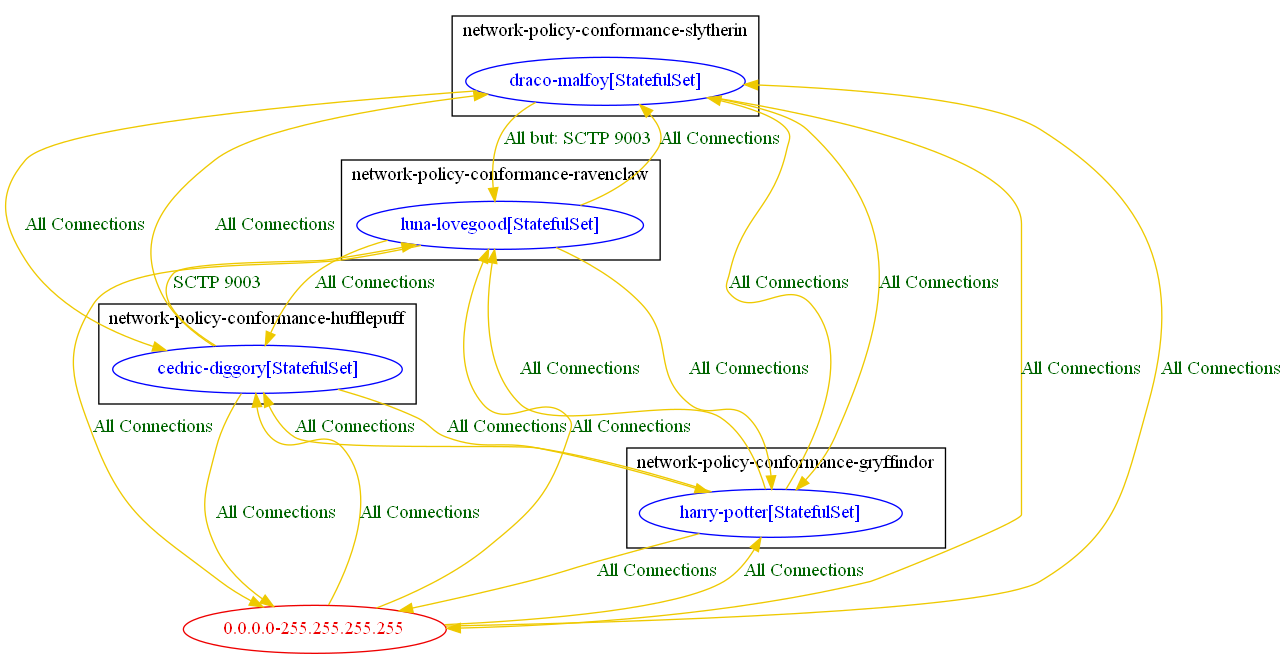
np-guard/netpol-analyzer keeps this Graphviz diagram as test_outputs/connlist/anp_test_8_connlist_output.dot.png. Above is the earlier version. Its source is kept beside it as test_outputs/connlist/anp_test_8_connlist_output.dot. The source it was exported from:
```dot
digraph {
	subgraph cluster_network_policy_conformance_gryffindor {
		"network-policy-conformance-gryffindor/harry-potter[StatefulSet]" [label="harry-potter[StatefulSet]" color="blue" fontcolor="blue"]
		label="network-policy-conformance-gryffindor"
	}
	subgraph cluster_network_policy_conformance_hufflepuff {
		"network-policy-conformance-hufflepuff/cedric-diggory[StatefulSet]" [label="cedric-diggory[StatefulSet]" color="blue" fontcolor="blue"]
		label="network-policy-conformance-hufflepuff"
	}
	subgraph cluster_network_policy_conformance_ravenclaw {
		"network-policy-conformance-ravenclaw/luna-lovegood[StatefulSet]" [label="luna-lovegood[StatefulSet]" color="blue" fontcolor="blue"]
		label="network-policy-conformance-ravenclaw"
	}
	subgraph cluster_network_policy_conformance_slytherin {
		"network-policy-conformance-slytherin/draco-malfoy[StatefulSet]" [label="draco-malfoy[StatefulSet]" color="blue" fontcolor="blue"]
		label="network-policy-conformance-slytherin"
	}
	"0.0.0.0-255.255.255.255" [label="0.0.0.0-255.255.255.255" color="red2" fontcolor="red2"]
	"0.0.0.0-255.255.255.255" -> "network-policy-conformance-gryffindor/harry-potter[StatefulSet]" [label="All Connections" color="gold2" fontcolor="darkgreen" weight=0.5]
	"0.0.0.0-255.255.255.255" -> "network-policy-conformance-hufflepuff/cedric-diggory[StatefulSet]" [label="All Connections" color="gold2" fontcolor="darkgreen" weight=0.5]
	"0.0.0.0-255.255.255.255" -> "network-policy-conformance-ravenclaw/luna-lovegood[StatefulSet]" [label="All Connections" color="gold2" fontcolor="darkgreen" weight=0.5]
	"0.0.0.0-255.255.255.255" -> "network-policy-conformance-slytherin/draco-malfoy[StatefulSet]" [label="All Connections" color="gold2" fontcolor="darkgreen" weight=0.5]
	"network-policy-conformance-gryffindor/harry-potter[StatefulSet]" -> "0.0.0.0-255.255.255.255" [label="All Connections" color="gold2" fontcolor="darkgreen" weight=1]
	"network-policy-conformance-gryffindor/harry-potter[StatefulSet]" -> "network-policy-conformance-hufflepuff/cedric-diggory[StatefulSet]" [label="All Connections" color="gold2" fontcolor="darkgreen" weight=0.5]
	"network-policy-conformance-gryffindor/harry-potter[StatefulSet]" -> "network-policy-conformance-ravenclaw/luna-lovegood[StatefulSet]" [label="All Connections" color="gold2" fontcolor="darkgreen" weight=0.5]
	"network-policy-conformance-gryffindor/harry-potter[StatefulSet]" -> "network-policy-conformance-slytherin/draco-malfoy[StatefulSet]" [label="All Connections" color="gold2" fontcolor="darkgreen" weight=0.5]
	"network-policy-conformance-hufflepuff/cedric-diggory[StatefulSet]" -> "0.0.0.0-255.255.255.255" [label="All Connections" color="gold2" fontcolor="darkgreen" weight=1]
	"network-policy-conformance-hufflepuff/cedric-diggory[StatefulSet]" -> "network-policy-conformance-gryffindor/harry-potter[StatefulSet]" [label="All Connections" color="gold2" fontcolor="darkgreen" weight=1]
	"network-policy-conformance-hufflepuff/cedric-diggory[StatefulSet]" -> "network-policy-conformance-ravenclaw/luna-lovegood[StatefulSet]" [label="SCTP 9003" color="gold2" fontcolor="darkgreen" weight=0.5]
	"network-policy-conformance-hufflepuff/cedric-diggory[StatefulSet]" -> "network-policy-conformance-slytherin/draco-malfoy[StatefulSet]" [label="All Connections" color="gold2" fontcolor="darkgreen" weight=0.5]
	"network-policy-conformance-ravenclaw/luna-lovegood[StatefulSet]" -> "0.0.0.0-255.255.255.255" [label="All Connections" color="gold2" fontcolor="darkgreen" weight=1]
	"network-policy-conformance-ravenclaw/luna-lovegood[StatefulSet]" -> "network-policy-conformance-gryffindor/harry-potter[StatefulSet]" [label="All Connections" color="gold2" fontcolor="darkgreen" weight=1]
	"network-policy-conformance-ravenclaw/luna-lovegood[StatefulSet]" -> "network-policy-conformance-hufflepuff/cedric-diggory[StatefulSet]" [label="All Connections" color="gold2" fontcolor="darkgreen" weight=1]
	"network-policy-conformance-ravenclaw/luna-lovegood[StatefulSet]" -> "network-policy-conformance-slytherin/draco-malfoy[StatefulSet]" [label="All Connections" color="gold2" fontcolor="darkgreen" weight=0.5]
	"network-policy-conformance-slytherin/draco-malfoy[StatefulSet]" -> "0.0.0.0-255.255.255.255" [label="All Connections" color="gold2" fontcolor="darkgreen" weight=1]
	"network-policy-conformance-slytherin/draco-malfoy[StatefulSet]" -> "network-policy-conformance-gryffindor/harry-potter[StatefulSet]" [label="All Connections" color="gold2" fontcolor="darkgreen" weight=1]
	"network-policy-conformance-slytherin/draco-malfoy[StatefulSet]" -> "network-policy-conformance-hufflepuff/cedric-diggory[StatefulSet]" [label="All Connections" color="gold2" fontcolor="darkgreen" weight=1]
	"network-policy-conformance-slytherin/draco-malfoy[StatefulSet]" -> "network-policy-conformance-ravenclaw/luna-lovegood[StatefulSet]" [label="All but: SCTP 9003" color="gold2" fontcolor="darkgreen" weight=1]
}
```
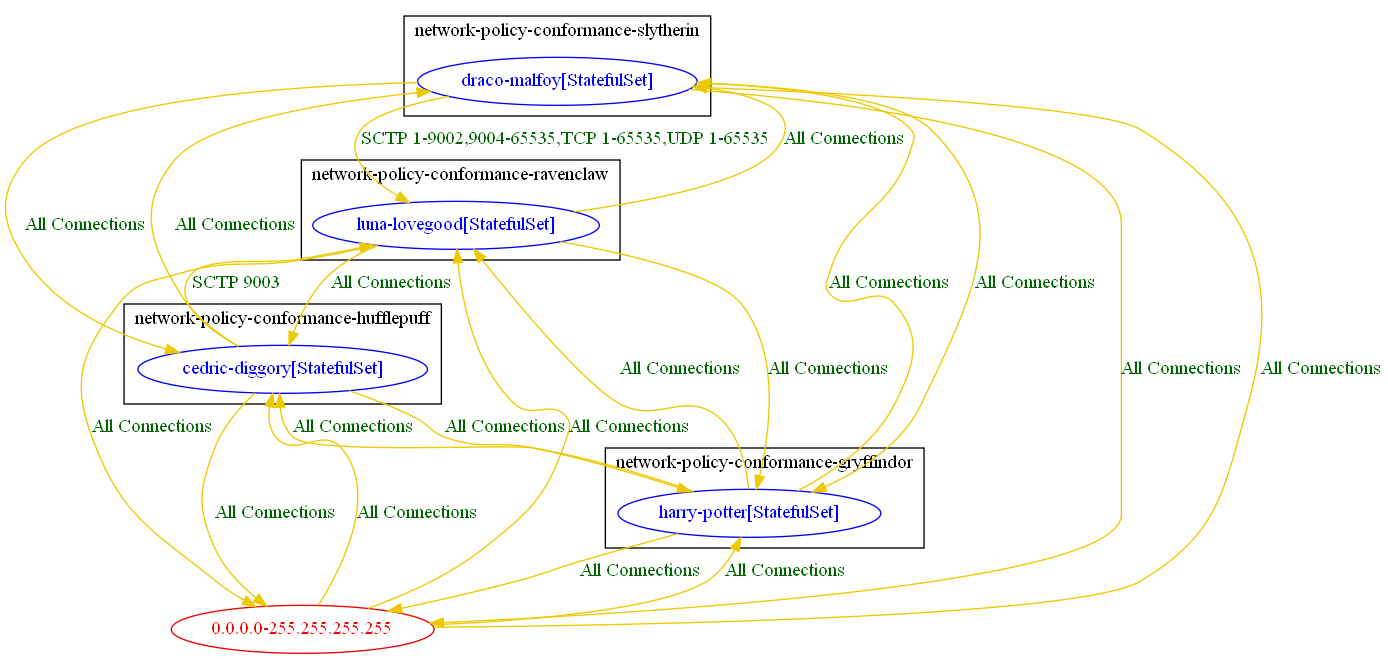
Later version of the same file.

Change to the diagram source:
```diff
@@ -35,5 +35,5 @@
 	"network-policy-conformance-slytherin/draco-malfoy[StatefulSet]" -> "0.0.0.0-255.255.255.255" [label="All Connections" color="gold2" fontcolor="darkgreen" weight=1]
 	"network-policy-conformance-slytherin/draco-malfoy[StatefulSet]" -> "network-policy-conformance-gryffindor/harry-potter[StatefulSet]" [label="All Connections" color="gold2" fontcolor="darkgreen" weight=1]
 	"network-policy-conformance-slytherin/draco-malfoy[StatefulSet]" -> "network-policy-conformance-hufflepuff/cedric-diggory[StatefulSet]" [label="All Connections" color="gold2" fontcolor="darkgreen" weight=1]
-	"network-policy-conformance-slytherin/draco-malfoy[StatefulSet]" -> "network-policy-conformance-ravenclaw/luna-lovegood[StatefulSet]" [label="All but: SCTP 9003" color="gold2" fontcolor="darkgreen" weight=1]
+	"network-policy-conformance-slytherin/draco-malfoy[StatefulSet]" -> "network-policy-conformance-ravenclaw/luna-lovegood[StatefulSet]" [label="SCTP 1-9002,9004-65535,TCP 1-65535,UDP 1-65535" color="gold2" fontcolor="darkgreen" weight=1]
 }
```
